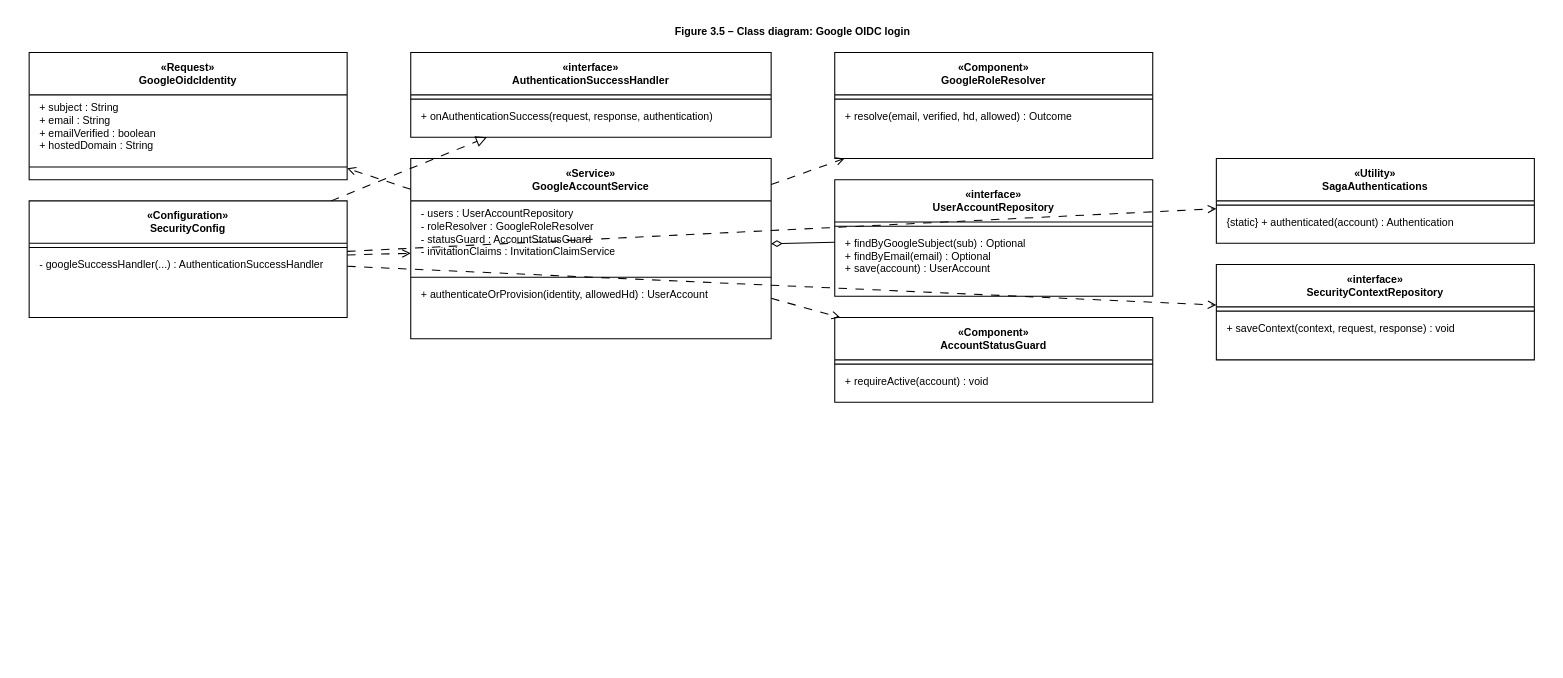
Saga-Learning-to-Hero/saga-be keeps this draw.io diagram as page "3.5 Google OIDC — Class" (5 of 20) of docs/diagrams/01-auth.drawio. Above is the earlier version. Source tidied: cells renumbered, new cells numbered last; positions are measured from the earlier drawing's top-left corner, leaving out a move shared by most shapes. Both pictures are drawn from the tidied source at 106%, with x=0, y=0 at pixel (29, 18).
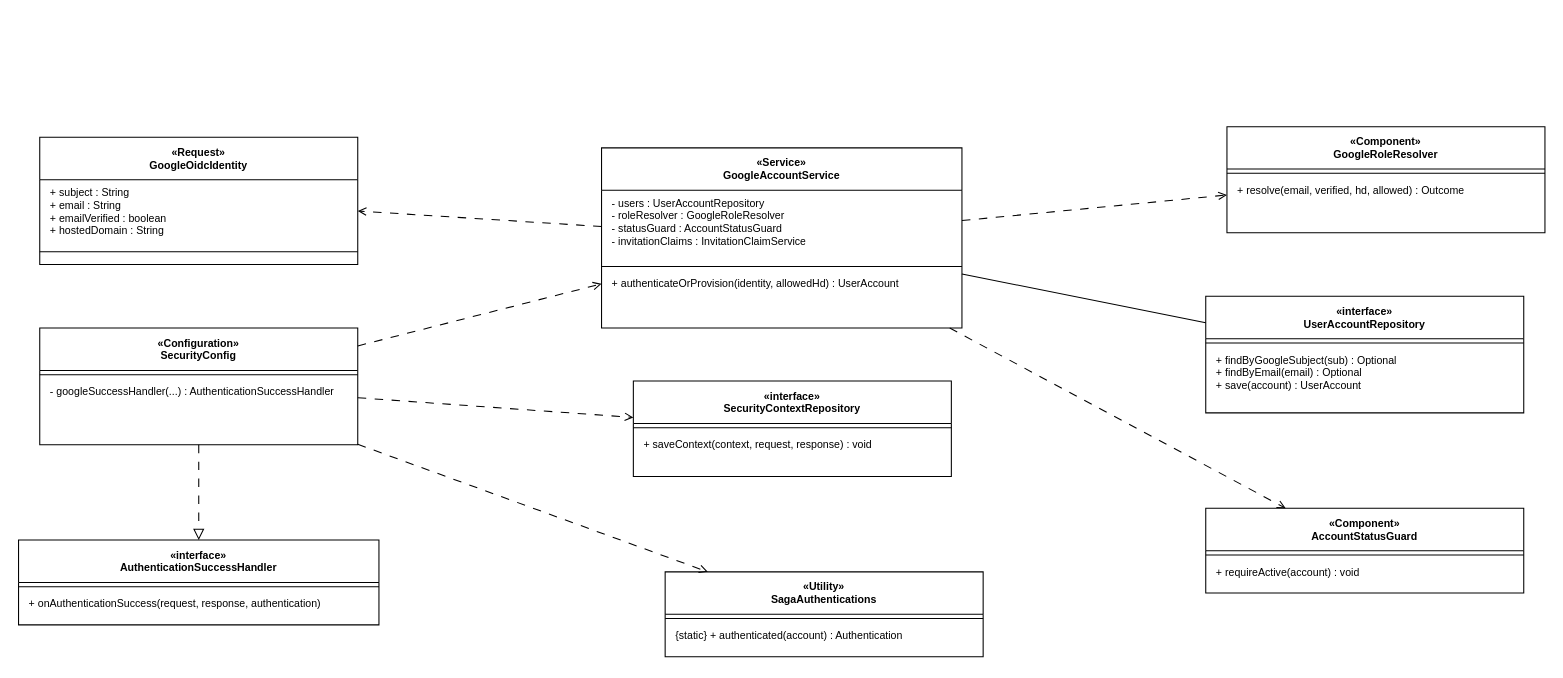
The same page after the edit.

Diff of the diagram source:
```diff
@@
-    <mxCell id="2" value="Figure 3.5 – Class diagram: Google OIDC login" style="text;html=1;strokeColor=none;fillColor=none;align=center;fontStyle=1;fontSize=10;" parent="1" vertex="1">
-      <mxGeometry x="480" width="480" height="24" as="geometry" />
-    </mxCell>
     <mxCell id="3" value="«Configuration»&lt;br&gt;SecurityConfig" style="swimlane;align=center;horizontal=1;startSize=40;html=1;whiteSpace=wrap;fillColor=#ffffff;strokeColor=#000000;fontSize=10;" parent="1" vertex="1">
-      <mxGeometry y="172" width="300" height="110" as="geometry" />
+      <mxGeometry x="10" y="292" width="300" height="110" as="geometry" />
     </mxCell>
@@
     <mxCell id="6" value="«Request»&lt;br&gt;GoogleOidcIdentity" style="swimlane;align=center;horizontal=1;startSize=40;html=1;whiteSpace=wrap;fillColor=#ffffff;strokeColor=#000000;fontSize=10;" parent="1" vertex="1">
-      <mxGeometry y="32" width="300" height="120" as="geometry" />
+      <mxGeometry x="10" y="112" width="300" height="120" as="geometry" />
     </mxCell>
@@
     <mxCell id="10" value="«Service»&lt;br&gt;GoogleAccountService" style="swimlane;align=center;horizontal=1;startSize=40;html=1;whiteSpace=wrap;fillColor=#ffffff;strokeColor=#000000;fontSize=10;" parent="1" vertex="1">
-      <mxGeometry x="360" y="132" width="340" height="170" as="geometry" />
+      <mxGeometry x="540" y="122" width="340" height="170" as="geometry" />
     </mxCell>
@@
     <mxCell id="14" value="«Component»&lt;br&gt;GoogleRoleResolver" style="swimlane;align=center;horizontal=1;startSize=40;html=1;whiteSpace=wrap;fillColor=#ffffff;strokeColor=#000000;fontSize=10;" parent="1" vertex="1">
-      <mxGeometry x="760" y="32" width="300" height="100" as="geometry" />
+      <mxGeometry x="1130" y="102" width="300" height="100" as="geometry" />
     </mxCell>
@@
     <mxCell id="17" value="«interface»&lt;br&gt;UserAccountRepository" style="swimlane;align=center;horizontal=1;startSize=40;html=1;whiteSpace=wrap;fillColor=#ffffff;strokeColor=#000000;fontSize=10;" parent="1" vertex="1">
-      <mxGeometry x="760" y="152" width="300" height="110" as="geometry" />
+      <mxGeometry x="1110" y="262" width="300" height="110" as="geometry" />
     </mxCell>
@@
     <mxCell id="20" value="«Component»&lt;br&gt;AccountStatusGuard" style="swimlane;align=center;horizontal=1;startSize=40;html=1;whiteSpace=wrap;fillColor=#ffffff;strokeColor=#000000;fontSize=10;" parent="1" vertex="1">
-      <mxGeometry x="760" y="282" width="300" height="80" as="geometry" />
+      <mxGeometry x="1110" y="462" width="300" height="80" as="geometry" />
     </mxCell>
@@
     <mxCell id="23" value="«Utility»&lt;br&gt;SagaAuthentications" style="swimlane;align=center;horizontal=1;startSize=40;html=1;whiteSpace=wrap;fillColor=#ffffff;strokeColor=#000000;fontSize=10;" parent="1" vertex="1">
-      <mxGeometry x="1120" y="132" width="300" height="80" as="geometry" />
+      <mxGeometry x="600" y="522" width="300" height="80" as="geometry" />
     </mxCell>
@@
     <mxCell id="26" value="«interface»&lt;br&gt;SecurityContextRepository" style="swimlane;align=center;horizontal=1;startSize=40;html=1;whiteSpace=wrap;fillColor=#ffffff;strokeColor=#000000;fontSize=10;" parent="1" vertex="1">
-      <mxGeometry x="1120" y="232" width="300" height="90" as="geometry" />
+      <mxGeometry x="570" y="342" width="300" height="90" as="geometry" />
     </mxCell>
@@
     <mxCell id="29" value="«interface»&lt;br&gt;AuthenticationSuccessHandler" style="swimlane;align=center;horizontal=1;startSize=40;html=1;whiteSpace=wrap;fillColor=#ffffff;strokeColor=#000000;fontSize=10;" parent="1" vertex="1">
-      <mxGeometry x="360" y="32" width="340" height="80" as="geometry" />
+      <mxGeometry x="-10" y="492" width="340" height="80" as="geometry" />
     </mxCell>
@@
-    <mxCell id="38" style="startArrow=diamondThin;startFill=0;startSize=8;endArrow=none;html=1;strokeColor=#000000;" parent="1" edge="1" source="10" target="17">
+    <mxCell id="38" style="endArrow=none;startArrow=none;html=1;strokeColor=#000000;" parent="1" edge="1" source="10" target="17">
       <mxGeometry relative="1" as="geometry" />
     </mxCell>
```
